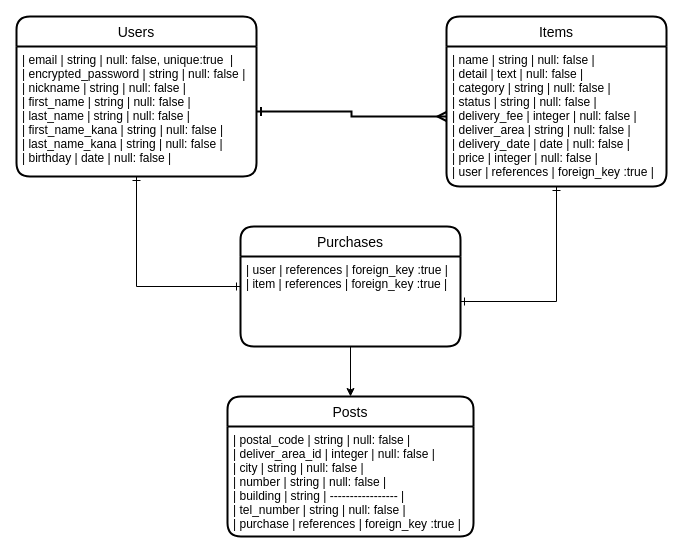
This is ER.dio from NobuMuto/furima-31535, a draw.io file, before an edit. Source tidied: cells renumbered, new cells numbered last; positions are measured from the earlier drawing's top-left corner, leaving out a move shared by most shapes. Both pictures are drawn from the tidied source at 100%, with x=0, y=0 at pixel (16, 16).
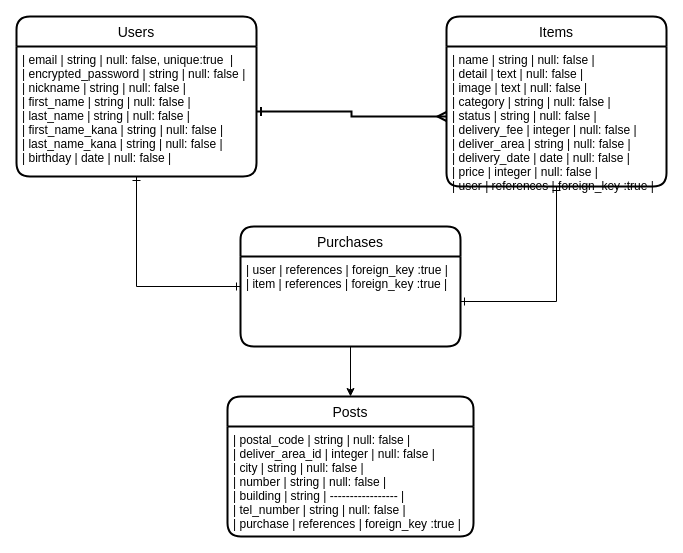
After the change.

Diff of the diagram source:
```diff
@@
 <mxGraphModel>
   <root>
     <mxCell id="0" />
     <mxCell id="1" parent="0" />
     <mxCell id="2" value="Users" style="swimlane;horizontal=1;startSize=30;rounded=1;fontSize=14;fontStyle=0;strokeWidth=2;shadow=0;dashed=0;align=center;" parent="1" vertex="1">
       <mxGeometry width="240" height="160" as="geometry" />
     </mxCell>
     <mxCell id="3" value="| email              | string | null: false, unique:true  |&#10;| encrypted_password | string | null: false |&#10;| nickname           | string | null: false |&#10;| first_name         | string | null: false |&#10;| last_name          | string | null: false |&#10;| first_name_kana    | string | null: false |&#10;| last_name_kana     | string | null: false |&#10;| birthday           | date   | null: false |" style="align=left;strokeColor=none;fillColor=none;spacingLeft=4;fontSize=12;verticalAlign=top;" parent="2" vertex="1">
       <mxGeometry y="30" width="240" height="130" as="geometry" />
     </mxCell>
     <mxCell id="4" value="Items" style="swimlane;horizontal=1;startSize=30;rounded=1;fontSize=14;fontStyle=0;strokeWidth=2;shadow=0;dashed=0;align=center;" parent="1" vertex="1">
       <mxGeometry x="430" width="220" height="170" as="geometry" />
     </mxCell>
-    <mxCell id="5" value="| name          | string     | null: false       |&#10;| detail        | text       | null: false       |&#10;| category      | string     | null: false       |&#10;| status        | string     | null: false       |&#10;| delivery_fee  | integer    | null: false       |&#10;| deliver_area  | string     | null: false       |&#10;| delivery_date | date       | null: false       |&#10;| price         | integer    | null: false       |&#10;| user          | references | foreign_key :true |" style="align=left;strokeColor=none;fillColor=none;spacingLeft=4;fontSize=12;verticalAlign=top;" parent="4" vertex="1">
+    <mxCell id="5" value="| name          | string     | null: false       |&#10;| detail        | text       | null: false       |&#10;| image            | text       | null: false       |&#10;| category      | string     | null: false       |&#10;| status        | string     | null: false       |&#10;| delivery_fee  | integer    | null: false       |&#10;| deliver_area  | string     | null: false       |&#10;| delivery_date | date       | null: false       |&#10;| price         | integer    | null: false       |&#10;| user          | references | foreign_key :true |" style="align=left;strokeColor=none;fillColor=none;spacingLeft=4;fontSize=12;verticalAlign=top;" parent="4" vertex="1">
       <mxGeometry y="30" width="220" height="140" as="geometry" />
     </mxCell>
     <mxCell id="6" value="Purchases" style="swimlane;horizontal=1;startSize=30;rounded=1;fontSize=14;fontStyle=0;strokeWidth=2;shadow=0;dashed=0;align=center;" parent="1" vertex="1">
       <mxGeometry x="224" y="210" width="220" height="120" as="geometry" />
     </mxCell>
     <mxCell id="7" value="| user            | references | foreign_key :true |&#10;| item            | references | foreign_key :true |" style="align=left;strokeColor=none;fillColor=none;spacingLeft=4;fontSize=12;verticalAlign=top;" parent="6" vertex="1">
       <mxGeometry y="30" width="220" height="90" as="geometry" />
     </mxCell>
     <mxCell id="8" value="Posts" style="swimlane;horizontal=1;startSize=30;rounded=1;fontSize=14;fontStyle=0;strokeWidth=2;shadow=0;dashed=0;align=center;" parent="1" vertex="1">
       <mxGeometry x="211" y="380" width="246" height="140" as="geometry" />
     </mxCell>
     <mxCell id="9" value="| postal_code   | string | null: false       |&#10;| deliver_area_id  | integer    | null: false       |&#10;| city          | string     | null: false       |&#10;| number        | string     | null: false       |&#10;| building      | string     | ----------------- |&#10;| tel_number    | string     | null: false       |&#10;| purchase      | references | foreign_key :true |" style="align=left;strokeColor=none;fillColor=none;spacingLeft=4;fontSize=12;verticalAlign=top;" parent="8" vertex="1">
       <mxGeometry y="30" width="246" height="110" as="geometry" />
     </mxCell>
     <mxCell id="10" style="edgeStyle=orthogonalEdgeStyle;rounded=0;jettySize=auto;html=1;exitX=1;exitY=0.5;exitDx=0;exitDy=0;entryX=0;entryY=0.5;entryDx=0;entryDy=0;endArrow=ERmany;endFill=0;startArrow=ERone;startFill=0;strokeWidth=2;" parent="1" edge="1" source="3" target="5">
       <mxGeometry relative="1" as="geometry" />
     </mxCell>
     <mxCell id="11" style="edgeStyle=orthogonalEdgeStyle;rounded=0;jettySize=auto;html=1;entryX=0;entryY=0.5;entryDx=0;entryDy=0;startArrow=ERone;startFill=0;endArrow=ERone;endFill=0;exitX=0.5;exitY=1;exitDx=0;exitDy=0;" parent="1" edge="1" source="3" target="6">
       <mxGeometry relative="1" as="geometry">
         <Array as="points">
           <mxPoint x="120" y="270" />
         </Array>
       </mxGeometry>
     </mxCell>
     <mxCell id="12" style="edgeStyle=orthogonalEdgeStyle;rounded=0;jettySize=auto;html=1;exitX=0.5;exitY=1;exitDx=0;exitDy=0;entryX=1;entryY=0.5;entryDx=0;entryDy=0;startArrow=ERone;startFill=0;endArrow=ERone;endFill=0;" parent="1" edge="1" source="5" target="7">
       <mxGeometry relative="1" as="geometry" />
     </mxCell>
     <mxCell id="13" style="edgeStyle=orthogonalEdgeStyle;rounded=0;jettySize=auto;html=1;exitX=0.5;exitY=1;exitDx=0;exitDy=0;entryX=0.5;entryY=0;entryDx=0;entryDy=0;" parent="1" edge="1" source="7" target="8">
       <mxGeometry relative="1" as="geometry" />
     </mxCell>
   </root>
 </mxGraphModel>
```
